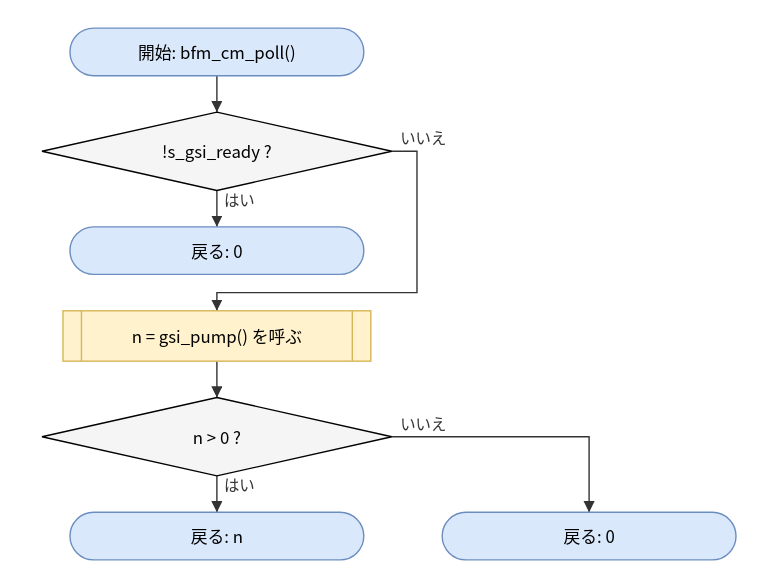
Earlier version of the draw.io export doc/spec/images/flow_src_bfm_cm-bfm_cm_poll.drawio.svg (hf355051012-ai/bfmem). Source tidied: cells renumbered, new cells last; positions are measured from the earlier drawing's top-left corner, leaving out a move shared by most shapes. The source it was exported from:
```xml
<mxGraphModel>
  <root>
    <mxCell id="0" />
    <mxCell id="1" parent="0" />
    <mxCell id="2" value="開始: bfm_cm_poll()" style="rounded=1;arcSize=50;whiteSpace=wrap;html=1;fillColor=#dae8fc;strokeColor=#6c8ebf;" parent="1" vertex="1">
      <mxGeometry x="20" width="210" height="34" as="geometry" />
    </mxCell>
    <mxCell id="3" value="!s_gsi_ready ?" style="rhombus;whiteSpace=wrap;html=1;fillColor=#f5f5f5;" parent="1" vertex="1">
      <mxGeometry y="60" width="250" height="56" as="geometry" />
    </mxCell>
    <mxCell id="4" value="戻る: 0" style="rounded=1;arcSize=50;whiteSpace=wrap;html=1;fillColor=#dae8fc;strokeColor=#6c8ebf;" parent="1" vertex="1">
      <mxGeometry x="20" y="142" width="210" height="34" as="geometry" />
    </mxCell>
    <mxCell id="5" value="n = gsi_pump() を呼ぶ" style="shape=process;whiteSpace=wrap;html=1;backgroundOutline=1;size=0.06;fillColor=#fff2cc;strokeColor=#d6b656;" parent="1" vertex="1">
      <mxGeometry x="15" y="202" width="220" height="36" as="geometry" />
    </mxCell>
    <mxCell id="6" value="n &amp;gt; 0 ?" style="rhombus;whiteSpace=wrap;html=1;fillColor=#f5f5f5;" parent="1" vertex="1">
      <mxGeometry y="264" width="250" height="56" as="geometry" />
    </mxCell>
    <mxCell id="7" value="戻る: n" style="rounded=1;arcSize=50;whiteSpace=wrap;html=1;fillColor=#dae8fc;strokeColor=#6c8ebf;" parent="1" vertex="1">
      <mxGeometry x="20" y="346" width="210" height="34" as="geometry" />
    </mxCell>
    <mxCell id="8" value="戻る: 0" style="rounded=1;arcSize=50;whiteSpace=wrap;html=1;fillColor=#dae8fc;strokeColor=#6c8ebf;" parent="1" vertex="1">
      <mxGeometry x="286" y="346" width="210" height="34" as="geometry" />
    </mxCell>
    <mxCell id="9" style="edgeStyle=none;html=1;rounded=0;endArrow=block;endFill=1;exitX=0.5000;exitY=1.0000;exitDx=0;exitDy=0;exitPerimeter=0;entryX=0.5000;entryY=0.0000;entryDx=0;entryDy=0;entryPerimeter=0;" parent="1" edge="1" source="2" target="3">
      <mxGeometry relative="1" as="geometry" />
    </mxCell>
    <mxCell id="10" value="はい" style="edgeStyle=none;html=1;rounded=0;endArrow=block;endFill=1;exitX=0.5000;exitY=1.0000;exitDx=0;exitDy=0;exitPerimeter=0;entryX=0.5000;entryY=0.0000;entryDx=0;entryDy=0;entryPerimeter=0;" parent="1" edge="1" source="3" target="4">
      <mxGeometry relative="1" as="geometry" />
    </mxCell>
    <mxCell id="11" value="いいえ" style="edgeStyle=none;html=1;rounded=0;endArrow=block;endFill=1;exitX=1.0000;exitY=0.5000;exitDx=0;exitDy=0;exitPerimeter=0;entryX=0.5000;entryY=0.0000;entryDx=0;entryDy=0;entryPerimeter=0;" parent="1" edge="1" source="3" target="5">
      <mxGeometry relative="1" as="geometry">
        <Array as="points">
          <mxPoint x="268" y="88" />
          <mxPoint x="268" y="189" />
          <mxPoint x="125" y="189" />
        </Array>
      </mxGeometry>
    </mxCell>
    <mxCell id="12" style="edgeStyle=none;html=1;rounded=0;endArrow=block;endFill=1;exitX=0.5000;exitY=1.0000;exitDx=0;exitDy=0;exitPerimeter=0;entryX=0.5000;entryY=0.0000;entryDx=0;entryDy=0;entryPerimeter=0;" parent="1" edge="1" source="5" target="6">
      <mxGeometry relative="1" as="geometry" />
    </mxCell>
    <mxCell id="13" value="はい" style="edgeStyle=none;html=1;rounded=0;endArrow=block;endFill=1;exitX=0.5000;exitY=1.0000;exitDx=0;exitDy=0;exitPerimeter=0;entryX=0.5000;entryY=0.0000;entryDx=0;entryDy=0;entryPerimeter=0;" parent="1" edge="1" source="6" target="7">
      <mxGeometry relative="1" as="geometry" />
    </mxCell>
    <mxCell id="14" value="いいえ" style="edgeStyle=none;html=1;rounded=0;endArrow=block;endFill=1;exitX=1.0000;exitY=0.5000;exitDx=0;exitDy=0;exitPerimeter=0;entryX=0.5000;entryY=0.0000;entryDx=0;entryDy=0;entryPerimeter=0;" parent="1" edge="1" source="6" target="8">
      <mxGeometry relative="1" as="geometry">
        <Array as="points">
          <mxPoint x="391" y="292" />
        </Array>
      </mxGeometry>
    </mxCell>
  </root>
</mxGraphModel>
```
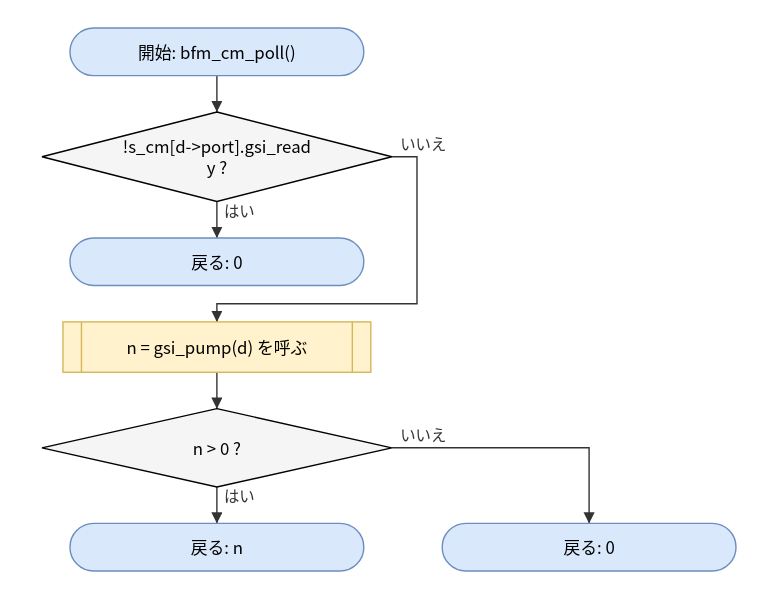
The same file after the commit.

What changed in the source:
```diff
@@ -3,15 +3,15 @@
     <mxCell id="0" />
     <mxCell id="1" parent="0" />
     <mxCell id="2" value="開始: bfm_cm_poll()" style="rounded=1;arcSize=50;whiteSpace=wrap;html=1;fillColor=#dae8fc;strokeColor=#6c8ebf;" parent="1" vertex="1">
-      <mxGeometry x="20" width="210" height="34" as="geometry" />
+      <mxGeometry x="20" y="-8" width="210" height="34" as="geometry" />
     </mxCell>
-    <mxCell id="3" value="!s_gsi_ready ?" style="rhombus;whiteSpace=wrap;html=1;fillColor=#f5f5f5;" parent="1" vertex="1">
-      <mxGeometry y="60" width="250" height="56" as="geometry" />
+    <mxCell id="3" value="!s_cm[d-&amp;gt;port].gsi_read&lt;br&gt;y ?" style="rhombus;whiteSpace=wrap;html=1;fillColor=#f5f5f5;" parent="1" vertex="1">
+      <mxGeometry y="52" width="250" height="64" as="geometry" />
     </mxCell>
     <mxCell id="4" value="戻る: 0" style="rounded=1;arcSize=50;whiteSpace=wrap;html=1;fillColor=#dae8fc;strokeColor=#6c8ebf;" parent="1" vertex="1">
       <mxGeometry x="20" y="142" width="210" height="34" as="geometry" />
     </mxCell>
-    <mxCell id="5" value="n = gsi_pump() を呼ぶ" style="shape=process;whiteSpace=wrap;html=1;backgroundOutline=1;size=0.06;fillColor=#fff2cc;strokeColor=#d6b656;" parent="1" vertex="1">
+    <mxCell id="5" value="n = gsi_pump(d) を呼ぶ" style="shape=process;whiteSpace=wrap;html=1;backgroundOutline=1;size=0.06;fillColor=#fff2cc;strokeColor=#d6b656;" parent="1" vertex="1">
       <mxGeometry x="15" y="202" width="220" height="36" as="geometry" />
     </mxCell>
     <mxCell id="6" value="n &amp;gt; 0 ?" style="rhombus;whiteSpace=wrap;html=1;fillColor=#f5f5f5;" parent="1" vertex="1">
@@ -32,7 +32,7 @@
     <mxCell id="11" value="いいえ" style="edgeStyle=none;html=1;rounded=0;endArrow=block;endFill=1;exitX=1.0000;exitY=0.5000;exitDx=0;exitDy=0;exitPerimeter=0;entryX=0.5000;entryY=0.0000;entryDx=0;entryDy=0;entryPerimeter=0;" parent="1" edge="1" source="3" target="5">
       <mxGeometry relative="1" as="geometry">
         <Array as="points">
-          <mxPoint x="268" y="88" />
+          <mxPoint x="268" y="84" />
           <mxPoint x="268" y="189" />
           <mxPoint x="125" y="189" />
         </Array>
```
